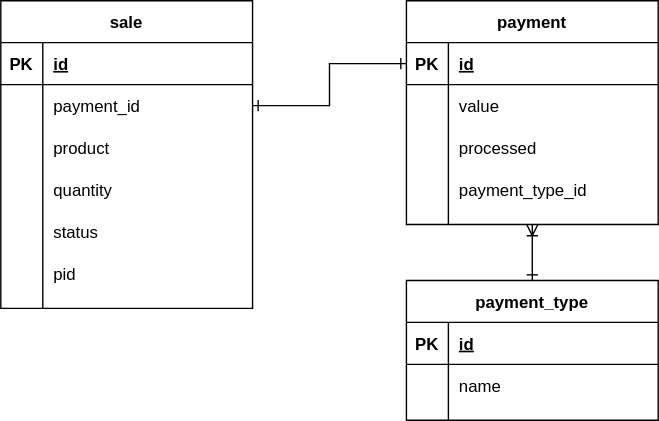
Before: docs/images/db/sale.drawio.svg, a diagram exported from draw.io (gsdenys/ecomerce-microservice-example). Source tidied: cells renumbered, new cells last; positions are measured from the earlier drawing's top-left corner, leaving out a move shared by most shapes.
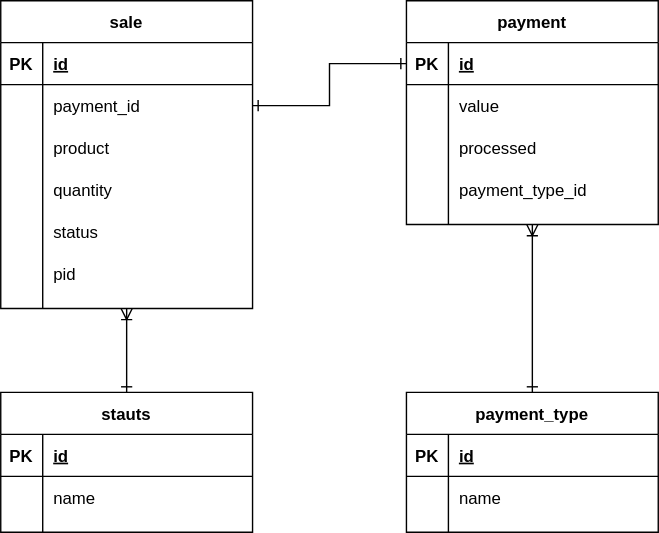
Later version of the same file.

What changed in the source:
```diff
@@ -2,6 +2,9 @@
   <root>
     <mxCell id="0" />
     <mxCell id="1" parent="0" />
+    <mxCell id="43" style="edgeStyle=orthogonalEdgeStyle;rounded=0;jettySize=auto;html=1;endArrow=ERone;endFill=0;startArrow=ERoneToMany;startFill=0;" parent="1" edge="1" source="2" target="44">
+      <mxGeometry relative="1" as="geometry" />
+    </mxCell>
     <mxCell id="2" value="sale" style="shape=table;startSize=30;rowLines=0;fontStyle=1;align=center;" parent="1" vertex="1">
       <mxGeometry width="180" height="220" as="geometry" />
     </mxCell>
@@ -105,7 +108,7 @@
       <mxGeometry relative="1" as="geometry" />
     </mxCell>
     <mxCell id="36" value="payment_type" style="shape=table;startSize=30;rowLines=0;fontStyle=1;align=center;" parent="1" vertex="1">
-      <mxGeometry x="290" y="200" width="180" height="100" as="geometry" />
+      <mxGeometry x="290" y="280" width="180" height="100" as="geometry" />
     </mxCell>
     <mxCell id="37" style="shape=partialRectangle;fillColor=none;top=0;left=0;bottom=1;right=0;" parent="36" vertex="1">
       <mxGeometry y="30" width="180" height="30" as="geometry" />
@@ -125,5 +128,26 @@
     <mxCell id="42" value="name" style="shape=partialRectangle;fillColor=none;top=0;left=0;bottom=0;right=0;align=left;spacingLeft=6;overflow=hidden;" parent="40" vertex="1">
       <mxGeometry x="30" width="150" height="30" as="geometry" />
     </mxCell>
+    <mxCell id="44" value="stauts" style="shape=table;startSize=30;rowLines=0;fontStyle=1;align=center;" parent="1" vertex="1">
+      <mxGeometry y="280" width="180" height="100" as="geometry" />
+    </mxCell>
+    <mxCell id="45" style="shape=partialRectangle;fillColor=none;top=0;left=0;bottom=1;right=0;" parent="44" vertex="1">
+      <mxGeometry y="30" width="180" height="30" as="geometry" />
+    </mxCell>
+    <mxCell id="46" value="PK" style="shape=partialRectangle;fillColor=none;top=0;left=0;bottom=0;right=0;fontStyle=1;overflow=hidden;" parent="45" vertex="1">
+      <mxGeometry width="30" height="30" as="geometry" />
+    </mxCell>
+    <mxCell id="47" value="id" style="shape=partialRectangle;fillColor=none;top=0;left=0;bottom=0;right=0;align=left;spacingLeft=6;fontStyle=5;overflow=hidden;" parent="45" vertex="1">
+      <mxGeometry x="30" width="150" height="30" as="geometry" />
+    </mxCell>
+    <mxCell id="48" style="shape=partialRectangle;fillColor=none;top=0;left=0;bottom=0;right=0;" parent="44" vertex="1">
+      <mxGeometry y="60" width="180" height="30" as="geometry" />
+    </mxCell>
+    <mxCell id="49" style="shape=partialRectangle;fillColor=none;top=0;left=0;bottom=0;right=0;overflow=hidden;" parent="48" vertex="1">
+      <mxGeometry width="30" height="30" as="geometry" />
+    </mxCell>
+    <mxCell id="50" value="name" style="shape=partialRectangle;fillColor=none;top=0;left=0;bottom=0;right=0;align=left;spacingLeft=6;overflow=hidden;" parent="48" vertex="1">
+      <mxGeometry x="30" width="150" height="30" as="geometry" />
+    </mxCell>
   </root>
 </mxGraphModel>
```
